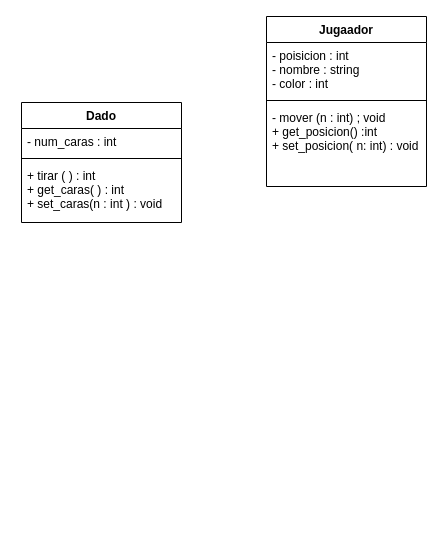
Above: OOPC++/serpientes.drawio in GruposTEC/Ad24TC1033-304 (draw.io), before the change. Source tidied: cells renumbered, new cells numbered last; positions are measured from the earlier drawing's top-left corner, leaving out a move shared by most shapes. Both pictures are drawn from the tidied source at 100%, with x=0, y=0 at pixel (21, 16).
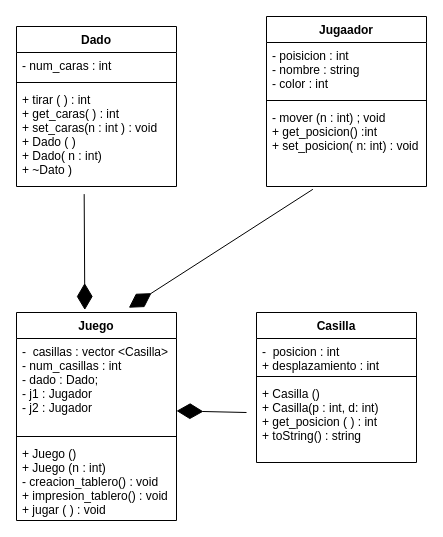
After the change.

Unchanged cells that the change refers to:
```xml
<mxCell id="9" value="- mover (n : int) ; void&#10;+ get_posicion() :int&#10;+ set_posicion( n: int) : void" style="text;strokeColor=none;fillColor=none;align=left;verticalAlign=top;spacingLeft=4;spacingRight=4;overflow=hidden;points=[[0,0.5],[1,0.5]];portConstraint=eastwest;" parent="6" vertex="1">
  <mxGeometry y="88" width="160" height="82" as="geometry" />
</mxCell>
```

Diff of the diagram source:
```diff
@@
     <mxCell id="2" value="Dado" style="swimlane;fontStyle=1;align=center;verticalAlign=top;horizontal=1;startSize=26;" parent="1" vertex="1">
-      <mxGeometry y="86" width="160" height="120" as="geometry" />
+      <mxGeometry x="-5" y="10" width="160" height="160" as="geometry" />
     </mxCell>
@@
-    <mxCell id="5" value="+ tirar ( ) : int&#10;+ get_caras( ) : int&#10;+ set_caras(n : int ) : void" style="text;strokeColor=none;fillColor=none;align=left;verticalAlign=top;spacingLeft=4;spacingRight=4;overflow=hidden;points=[[0,0.5],[1,0.5]];portConstraint=eastwest;" parent="2" vertex="1">
-      <mxGeometry y="60" width="160" height="60" as="geometry" />
+    <mxCell id="5" value="+ tirar ( ) : int&#10;+ get_caras( ) : int&#10;+ set_caras(n : int ) : void&#10;+ Dado ( )&#10;+ Dado( n : int)&#10;+ ~Dato )" style="text;strokeColor=none;fillColor=none;align=left;verticalAlign=top;spacingLeft=4;spacingRight=4;overflow=hidden;points=[[0,0.5],[1,0.5]];portConstraint=eastwest;" parent="2" vertex="1">
+      <mxGeometry y="60" width="160" height="100" as="geometry" />
     </mxCell>
@@
+    <mxCell id="10" value="Casilla" style="swimlane;fontStyle=1;align=center;verticalAlign=top;horizontal=1;startSize=26;" parent="1" vertex="1">
+      <mxGeometry x="235" y="296" width="160" height="150" as="geometry" />
+    </mxCell>
+    <mxCell id="11" style="endArrow=diamondThin;endFill=1;endSize=24;html=1;entryX=0.702;entryY=-0.023;entryDx=0;entryDy=0;entryPerimeter=0;" parent="10" edge="1">
+      <mxGeometry relative="1" as="geometry">
+        <mxPoint x="-10" y="100" as="sourcePoint" />
+        <mxPoint x="-80" y="98.4" as="targetPoint" />
+      </mxGeometry>
+    </mxCell>
+    <mxCell id="12" value="-  posicion : int&#10;+ desplazamiento : int" style="text;strokeColor=none;fillColor=none;align=left;verticalAlign=top;spacingLeft=4;spacingRight=4;overflow=hidden;" parent="10" vertex="1">
+      <mxGeometry y="26" width="160" height="34" as="geometry" />
+    </mxCell>
+    <mxCell id="13" style="line;strokeWidth=1;fillColor=none;align=left;verticalAlign=middle;spacingTop=-1;spacingLeft=3;spacingRight=3;labelPosition=right;strokeColor=inherit;" parent="10" vertex="1">
+      <mxGeometry y="60" width="160" height="8" as="geometry" />
+    </mxCell>
+    <mxCell id="14" value="+ Casilla ()&#10;+ Casilla(p : int, d: int)&#10;+ get_posicion ( ) : int&#10;+ toString() : string" style="text;strokeColor=none;fillColor=none;align=left;verticalAlign=top;spacingLeft=4;spacingRight=4;overflow=hidden;" parent="10" vertex="1">
+      <mxGeometry y="68" width="160" height="82" as="geometry" />
+    </mxCell>
+    <mxCell id="15" value="Juego" style="swimlane;fontStyle=1;align=center;verticalAlign=top;horizontal=1;startSize=26;" parent="1" vertex="1">
+      <mxGeometry x="-5" y="296" width="160" height="208" as="geometry" />
+    </mxCell>
+    <mxCell id="16" value="-  casillas : vector &lt;Casilla&gt;&#10;- num_casillas : int&#10;- dado : Dado;&#10;- j1 : Jugador&#10;- j2 : Jugador" style="text;strokeColor=none;fillColor=none;align=left;verticalAlign=top;spacingLeft=4;spacingRight=4;overflow=hidden;" parent="15" vertex="1">
+      <mxGeometry y="26" width="160" height="94" as="geometry" />
+    </mxCell>
+    <mxCell id="17" style="line;strokeWidth=1;fillColor=none;align=left;verticalAlign=middle;spacingTop=-1;spacingLeft=3;spacingRight=3;labelPosition=right;strokeColor=inherit;" parent="15" vertex="1">
+      <mxGeometry y="120" width="160" height="8" as="geometry" />
+    </mxCell>
+    <mxCell id="18" value="+ Juego () &#10;+ Juego (n : int)&#10;- creacion_tablero() : void&#10;+ impresion_tablero() : void&#10;+ jugar ( ) : void" style="text;strokeColor=none;fillColor=none;align=left;verticalAlign=top;spacingLeft=4;spacingRight=4;overflow=hidden;" parent="15" vertex="1">
+      <mxGeometry y="128" width="160" height="80" as="geometry" />
+    </mxCell>
+    <mxCell id="19" style="endArrow=diamondThin;endFill=1;endSize=24;html=1;entryX=0.427;entryY=-0.012;entryDx=0;entryDy=0;entryPerimeter=0;exitX=0.423;exitY=1.076;exitDx=0;exitDy=0;exitPerimeter=0;" parent="1" edge="1" source="5" target="15">
+      <mxGeometry relative="1" as="geometry" />
+    </mxCell>
+    <mxCell id="20" style="endArrow=diamondThin;endFill=1;endSize=24;html=1;entryX=0.702;entryY=-0.023;entryDx=0;entryDy=0;entryPerimeter=0;exitX=0.29;exitY=1.034;exitDx=0;exitDy=0;exitPerimeter=0;" parent="1" edge="1" source="9" target="15">
+      <mxGeometry relative="1" as="geometry" />
+    </mxCell>
```
